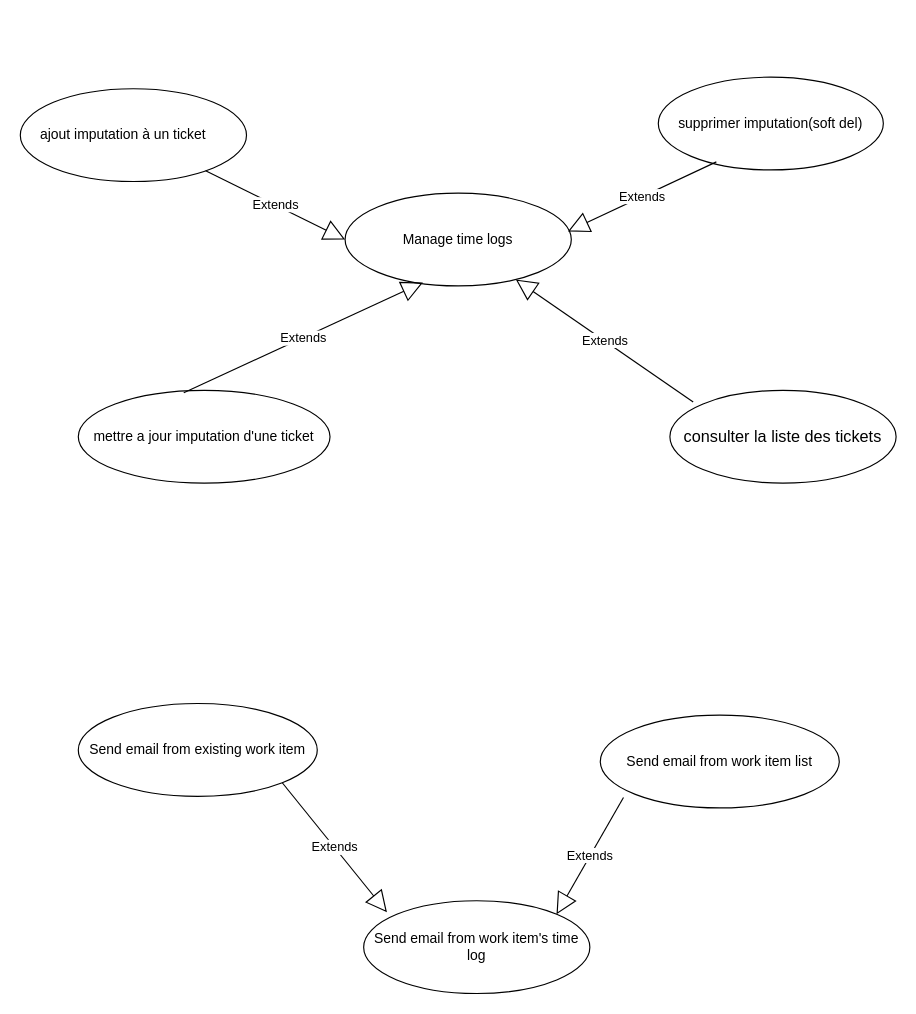
Before: page "Manage time logs use cases" (2 of 4) of GlobalUseCaseDiagram.drawio in TunNetCom/TunNetCom-AionTime, a draw.io diagram. Source tidied: cells renumbered, new cells numbered last; positions are measured from the earlier drawing's top-left corner, leaving out a move shared by most shapes. Both pictures are drawn from the tidied source at 116%, with x=0, y=0 at pixel (20, 77).
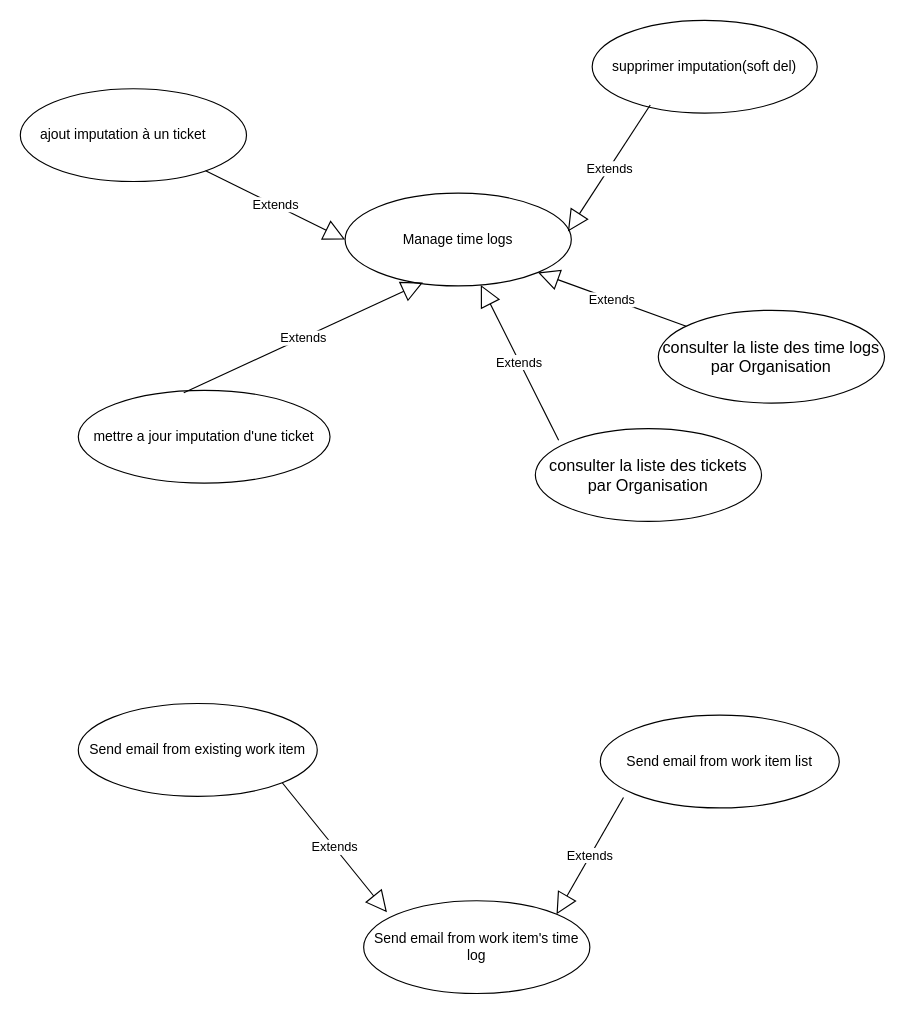
After the change.

Commit message:
Mettre à jour GlobalUseCaseDiagram.drawio

What changed in the source:
```diff
@@
 <mxGraphModel>
   <root>
     <mxCell id="0" />
     <mxCell id="1" parent="0" />
-    <mxCell id="2" value="&lt;font style=&quot;font-size: 14px;&quot;&gt;consulter la liste des tickets&lt;/font&gt;" style="ellipse;whiteSpace=wrap;html=1;" parent="1" vertex="1">
-      <mxGeometry x="560" y="270" width="195" height="80" as="geometry" />
+    <mxCell id="2" value="&lt;font style=&quot;font-size: 14px;&quot;&gt;consulter la liste des tickets&lt;br&gt;par Organisation&lt;br&gt;&lt;/font&gt;" style="ellipse;whiteSpace=wrap;html=1;" parent="1" vertex="1">
+      <mxGeometry x="444" y="303" width="195" height="80" as="geometry" />
     </mxCell>
     <mxCell id="3" value="ajout imputation à un ticket&lt;span style=&quot;white-space: pre;&quot;&gt;&#9;&lt;/span&gt;" style="ellipse;whiteSpace=wrap;html=1;" parent="1" vertex="1">
       <mxGeometry y="10" width="195" height="80" as="geometry" />
     </mxCell>
     <mxCell id="4" value="mettre a jour imputation d'une ticket" style="ellipse;whiteSpace=wrap;html=1;" parent="1" vertex="1">
       <mxGeometry x="50" y="270" width="217" height="80" as="geometry" />
     </mxCell>
     <mxCell id="5" value="supprimer imputation(soft del)" style="ellipse;whiteSpace=wrap;html=1;" parent="1" vertex="1">
-      <mxGeometry x="550" width="194" height="80" as="geometry" />
+      <mxGeometry x="493" y="-49" width="194" height="80" as="geometry" />
     </mxCell>
     <mxCell id="6" value="Send email from existing work item" style="ellipse;whiteSpace=wrap;html=1;" parent="1" vertex="1">
       <mxGeometry x="50" y="540" width="206" height="80" as="geometry" />
     </mxCell>
     <mxCell id="7" value="Send email from work item list" style="ellipse;whiteSpace=wrap;html=1;" parent="1" vertex="1">
       <mxGeometry x="500" y="550" width="206" height="80" as="geometry" />
     </mxCell>
     <mxCell id="8" value="Manage time logs" style="ellipse;whiteSpace=wrap;html=1;" parent="1" vertex="1">
       <mxGeometry x="280" y="100" width="195" height="80" as="geometry" />
     </mxCell>
     <mxCell id="9" value="Extends" style="endArrow=block;endSize=16;endFill=0;html=1;rounded=0;entryX=0;entryY=0.5;entryDx=0;entryDy=0;" parent="1" edge="1" source="3" target="8">
       <mxGeometry relative="1" as="geometry" />
     </mxCell>
     <mxCell id="10" value="Extends" style="endArrow=block;endSize=16;endFill=0;html=1;rounded=0;exitX=0.258;exitY=0.913;exitDx=0;exitDy=0;exitPerimeter=0;entryX=0.985;entryY=0.413;entryDx=0;entryDy=0;entryPerimeter=0;" parent="1" edge="1" source="5" target="8">
       <mxGeometry relative="1" as="geometry" />
     </mxCell>
     <mxCell id="11" value="Extends" style="endArrow=block;endSize=16;endFill=0;html=1;rounded=0;entryX=0.344;entryY=0.963;entryDx=0;entryDy=0;exitX=0.419;exitY=0.025;exitDx=0;exitDy=0;exitPerimeter=0;entryPerimeter=0;" parent="1" edge="1" source="4" target="8">
       <mxGeometry relative="1" as="geometry" />
     </mxCell>
     <mxCell id="12" value="Extends" style="endArrow=block;endSize=16;endFill=0;html=1;rounded=0;exitX=0.103;exitY=0.125;exitDx=0;exitDy=0;exitPerimeter=0;" parent="1" edge="1" source="2" target="8">
       <mxGeometry relative="1" as="geometry" />
     </mxCell>
     <mxCell id="13" value="Send email from work item's time log" style="ellipse;whiteSpace=wrap;html=1;" parent="1" vertex="1">
       <mxGeometry x="296" y="710" width="195" height="80" as="geometry" />
     </mxCell>
     <mxCell id="14" value="Extends" style="endArrow=block;endSize=16;endFill=0;html=1;rounded=0;exitX=1;exitY=1;exitDx=0;exitDy=0;entryX=0.103;entryY=0.125;entryDx=0;entryDy=0;entryPerimeter=0;" parent="1" edge="1" source="6" target="13">
       <mxGeometry relative="1" as="geometry" />
     </mxCell>
     <mxCell id="15" value="Extends" style="endArrow=block;endSize=16;endFill=0;html=1;rounded=0;exitX=0.097;exitY=0.888;exitDx=0;exitDy=0;exitPerimeter=0;entryX=1;entryY=0;entryDx=0;entryDy=0;" parent="1" edge="1" source="7" target="13">
       <mxGeometry relative="1" as="geometry" />
     </mxCell>
+    <mxCell id="16" value="&lt;font style=&quot;font-size: 14px;&quot;&gt;consulter la liste des time logs&lt;br&gt;par Organisation&lt;br&gt;&lt;/font&gt;" style="ellipse;whiteSpace=wrap;html=1;" parent="1" vertex="1">
+      <mxGeometry x="550" y="201" width="195" height="80" as="geometry" />
+    </mxCell>
+    <mxCell id="17" value="Extends" style="endArrow=block;endSize=16;endFill=0;html=1;rounded=0;entryX=1;entryY=1;entryDx=0;entryDy=0;" parent="1" edge="1" source="16" target="8">
+      <mxGeometry relative="1" as="geometry" />
+    </mxCell>
   </root>
 </mxGraphModel>
```
